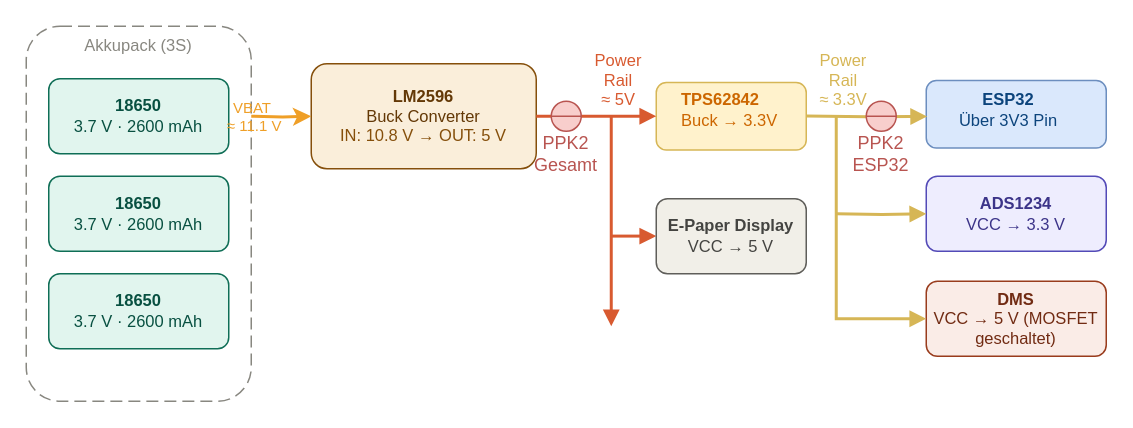
The draw.io diagram Doku/Images/drawIO/neu_power_schema_smartbin .drawio in Newtonsohn/BA-Smart-Waage, before the edit. Source tidied: cells renumbered, new cells numbered last; positions are measured from the earlier drawing's top-left corner, leaving out a move shared by most shapes. Both pictures are drawn from the tidied source at 150%, with x=0, y=0 at pixel (26, 26).
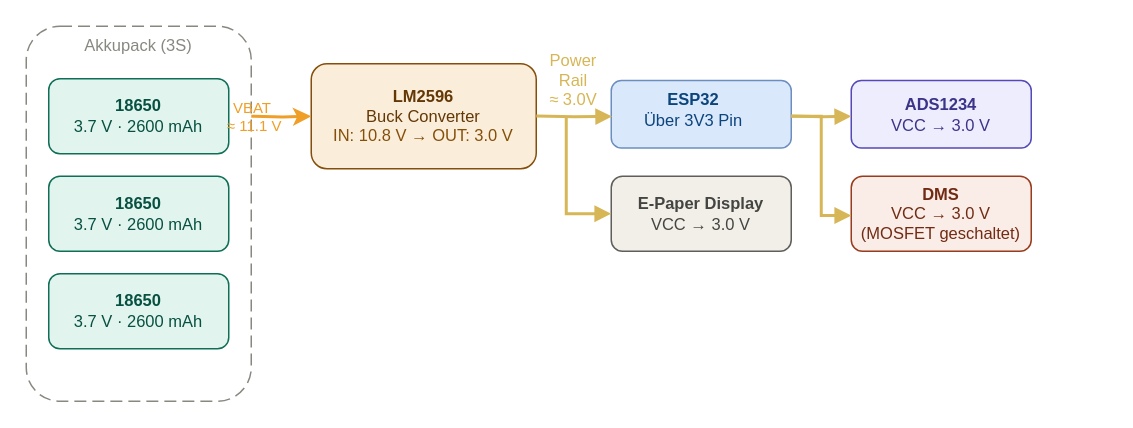
The same page after the edit.

Diff of the diagram source:
```diff
@@
-    <mxCell id="2" style="rounded=1;whiteSpace=wrap;html=1;fillColor=#fff2cc;strokeColor=#d6b656;fontSize=11;labelBackgroundColor=none;" parent="1" vertex="1">
-      <mxGeometry x="420" y="37.5" width="100" height="45" as="geometry" />
-    </mxCell>
@@
-    <mxCell id="7" value="&lt;b&gt;LM2596&lt;/b&gt;&lt;br&gt;Buck Converter&lt;br&gt;&lt;font color=&quot;#854F0B&quot;&gt;IN: 10.8 V → OUT: 5 V&lt;/font&gt;" style="rounded=1;whiteSpace=wrap;html=1;fillColor=#FAEEDA;strokeColor=#854F0B;fontSize=11;fontColor=#633806;" parent="1" vertex="1">
+    <mxCell id="7" value="&lt;b&gt;LM2596&lt;/b&gt;&lt;br&gt;Buck Converter&lt;br&gt;&lt;font color=&quot;#854F0B&quot;&gt;IN: 10.8 V → OUT: 3.0 V&lt;/font&gt;" style="rounded=1;whiteSpace=wrap;html=1;fillColor=#FAEEDA;strokeColor=#854F0B;fontSize=11;fontColor=#633806;" parent="1" vertex="1">
       <mxGeometry x="190" y="25" width="150" height="70" as="geometry" />
     </mxCell>
-    <mxCell id="8" value="&lt;b&gt;ADS1234&lt;/b&gt;&lt;div&gt;VCC → 3.3 V&lt;/div&gt;" style="rounded=1;whiteSpace=wrap;html=1;fillColor=#EEEDFE;strokeColor=#534AB7;fontSize=11;fontColor=#3C3489;" parent="1" vertex="1">
-      <mxGeometry x="600" y="100" width="120" height="50" as="geometry" />
-    </mxCell>
@@
-    <mxCell id="10" style="edgeStyle=orthogonalEdgeStyle;rounded=0;strokeColor=#D85A30;strokeWidth=2;endArrow=block;endFill=1;exitX=1;exitY=0.5;exitDx=0;exitDy=0;" parent="1" edge="1" source="7" target="2">
-      <mxGeometry relative="1" as="geometry" />
-    </mxCell>
-    <mxCell id="11" style="edgeStyle=orthogonalEdgeStyle;rounded=0;strokeColor=#D85A30;strokeWidth=2;endArrow=block;endFill=1;" parent="1" edge="1">
-      <mxGeometry relative="1" as="geometry">
-        <mxPoint x="390" y="60" as="sourcePoint" />
-        <mxPoint x="390" y="200" as="targetPoint" />
-      </mxGeometry>
-    </mxCell>
-    <mxCell id="12" style="edgeStyle=orthogonalEdgeStyle;rounded=0;strokeColor=#D85A30;strokeWidth=2;endArrow=block;endFill=1;entryX=0;entryY=0.5;entryDx=0;entryDy=0;" parent="1" edge="1">
-      <mxGeometry relative="1" as="geometry">
-        <mxPoint x="390" y="139.9" as="sourcePoint" />
-        <mxPoint x="420" y="139.9" as="targetPoint" />
-      </mxGeometry>
-    </mxCell>
-    <mxCell id="13" value="Power&lt;br&gt;Rail&lt;br&gt;&lt;span style=&quot;white-space: nowrap;&quot;&gt;≈&amp;nbsp;&lt;/span&gt;5V" style="text;whiteSpace=wrap;html=1;fontColor=#D85A30;fontSize=11;align=center;" parent="1" vertex="1">
-      <mxGeometry x="350" y="10" width="90" height="40" as="geometry" />
-    </mxCell>
-    <mxCell id="14" value="&lt;span style=&quot;forced-color-adjust: none; font-family: Helvetica; font-size: 11px; font-style: normal; font-variant-ligatures: normal; font-variant-caps: normal; letter-spacing: normal; orphans: 2; text-align: center; text-indent: 0px; text-transform: none; widows: 2; word-spacing: 0px; -webkit-text-stroke-width: 0px; white-space: normal; text-decoration-thickness: initial; text-decoration-style: initial; text-decoration-color: initial;&quot;&gt;&lt;font style=&quot;color: rgb(204, 102, 0);&quot;&gt;&lt;b&gt;TPS62842&lt;/b&gt;&lt;/font&gt;&lt;/span&gt;&lt;div&gt;&lt;font style=&quot;color: rgb(204, 102, 0);&quot;&gt;&lt;span style=&quot;forced-color-adjust: none; font-family: Helvetica; font-size: 11px; font-style: normal; font-variant-ligatures: normal; font-variant-caps: normal; letter-spacing: normal; orphans: 2; text-align: center; text-indent: 0px; text-transform: none; widows: 2; word-spacing: 0px; -webkit-text-stroke-width: 0px; white-space: normal; text-decoration-thickness: initial; text-decoration-style: initial; text-decoration-color: initial;&quot;&gt;&lt;font&gt;Buck&amp;nbsp;&lt;/font&gt;&lt;/span&gt;&lt;span style=&quot;font-size: 11px; text-align: center; background-color: transparent;&quot;&gt;→&lt;/span&gt;&lt;span style=&quot;font-size: 11px; text-align: center; background-color: transparent;&quot;&gt;&amp;nbsp;3.3V&lt;/span&gt;&lt;/font&gt;&lt;/div&gt;" style="text;whiteSpace=wrap;html=1;labelBackgroundColor=none;" parent="1" vertex="1">
-      <mxGeometry x="435" y="35" width="70" height="40" as="geometry" />
-    </mxCell>
-    <mxCell id="15" value="&lt;b&gt;DMS&lt;/b&gt;&lt;br&gt;&lt;span&gt;&lt;font style=&quot;color: rgb(113, 43, 19);&quot;&gt;VCC → 5 V (MOSFET geschaltet)&lt;/font&gt;&lt;/span&gt;" style="rounded=1;whiteSpace=wrap;html=1;fillColor=#FAECE7;strokeColor=#993C1D;fontSize=11;fontColor=#712B13;" parent="1" vertex="1">
-      <mxGeometry x="600" y="170" width="120" height="50" as="geometry" />
-    </mxCell>
-    <mxCell id="16" value="&lt;b&gt;E-Paper Display&lt;/b&gt;&lt;br&gt;VCC → 5 V" style="rounded=1;whiteSpace=wrap;html=1;fillColor=#F1EFE8;strokeColor=#5F5E5A;fontSize=11;fontColor=#444441;" parent="1" vertex="1">
-      <mxGeometry x="420" y="115" width="100" height="50" as="geometry" />
-    </mxCell>
     <mxCell id="17" style="rounded=1;whiteSpace=wrap;html=1;fillColor=#dae8fc;strokeColor=#6c8ebf;fontSize=11;labelBackgroundColor=none;" parent="1" vertex="1">
-      <mxGeometry x="600" y="36.2" width="120" height="45" as="geometry" />
+      <mxGeometry x="390" y="36.2" width="120" height="45" as="geometry" />
     </mxCell>
     <mxCell id="18" value="&lt;b style=&quot;forced-color-adjust: none; color: rgb(12, 68, 124); font-family: Helvetica; font-size: 11px; font-style: normal; font-variant-ligatures: normal; font-variant-caps: normal; letter-spacing: normal; orphans: 2; text-indent: 0px; text-transform: none; widows: 2; word-spacing: 0px; -webkit-text-stroke-width: 0px; white-space: normal; text-decoration-thickness: initial; text-decoration-style: initial; text-decoration-color: initial;&quot;&gt;ESP32&lt;/b&gt;&lt;div style=&quot;&quot;&gt;&lt;font color=&quot;#0c447c&quot;&gt;&lt;span style=&quot;font-size: 11px;&quot;&gt;Über 3V3 Pin&lt;/span&gt;&lt;/font&gt;&lt;/div&gt;" style="text;whiteSpace=wrap;html=1;labelBackgroundColor=none;align=center;" parent="1" vertex="1">
-      <mxGeometry x="620" y="35" width="70" height="40" as="geometry" />
+      <mxGeometry x="410" y="35" width="70" height="40" as="geometry" />
     </mxCell>
     <mxCell id="19" style="edgeStyle=orthogonalEdgeStyle;rounded=0;strokeColor=#D6B656;strokeWidth=2;endArrow=block;endFill=1;exitX=1;exitY=0.5;exitDx=0;exitDy=0;fillColor=#f8cecc;entryX=0.005;entryY=0.531;entryDx=0;entryDy=0;entryPerimeter=0;" parent="1" edge="1" target="17">
       <mxGeometry relative="1" as="geometry">
-        <mxPoint x="520" y="59.9" as="sourcePoint" />
+        <mxPoint x="340" y="59.9" as="sourcePoint" />
       </mxGeometry>
     </mxCell>
-    <mxCell id="20" value="&lt;font style=&quot;color: rgb(214, 182, 86);&quot;&gt;Power&lt;br&gt;Rail&lt;br&gt;&lt;span style=&quot;white-space: nowrap;&quot;&gt;≈ 3.3V&lt;/span&gt;&lt;/font&gt;" style="text;whiteSpace=wrap;html=1;fontColor=#D85A30;fontSize=11;align=center;" parent="1" vertex="1">
-      <mxGeometry x="500" y="10" width="90" height="40" as="geometry" />
+    <mxCell id="20" value="&lt;font style=&quot;color: rgb(214, 182, 86);&quot;&gt;Power&lt;br&gt;Rail&lt;br&gt;&lt;span style=&quot;white-space: nowrap;&quot;&gt;≈ 3.0V&lt;/span&gt;&lt;/font&gt;" style="text;whiteSpace=wrap;html=1;fontColor=#D85A30;fontSize=11;align=center;" parent="1" vertex="1">
+      <mxGeometry x="320" y="10" width="90" height="40" as="geometry" />
     </mxCell>
-    <mxCell id="21" style="edgeStyle=orthogonalEdgeStyle;rounded=0;strokeColor=#D6B656;strokeWidth=2;endArrow=block;endFill=1;fillColor=#f8cecc;entryX=0;entryY=0.5;entryDx=0;entryDy=0;" parent="1" edge="1" target="15">
-      <mxGeometry relative="1" as="geometry">
-        <mxPoint x="540" y="60" as="sourcePoint" />
-        <Array as="points">
-          <mxPoint x="540" y="195" />
-        </Array>
-      </mxGeometry>
-    </mxCell>
-    <mxCell id="22" style="edgeStyle=orthogonalEdgeStyle;rounded=0;strokeColor=#D6B656;strokeWidth=2;endArrow=block;endFill=1;fillColor=#f8cecc;entryX=0;entryY=0.5;entryDx=0;entryDy=0;" parent="1" edge="1" target="8">
-      <mxGeometry relative="1" as="geometry">
-        <mxPoint x="540" y="125" as="sourcePoint" />
-      </mxGeometry>
-    </mxCell>
-    <mxCell id="23" style="ellipse;whiteSpace=wrap;html=1;fillColor=#f8cecc;strokeColor=#b85450;" parent="1" vertex="1">
-      <mxGeometry x="350" y="50" width="20" height="20" as="geometry" />
-    </mxCell>
-    <mxCell id="24" style="endArrow=none;html=1;rounded=0;entryX=1;entryY=0.5;entryDx=0;entryDy=0;exitX=0;exitY=0.5;exitDx=0;exitDy=0;fillColor=#f8cecc;strokeColor=#b85450;" parent="1" edge="1" source="23" target="23">
-      <mxGeometry relative="1" as="geometry" />
-    </mxCell>
-    <mxCell id="25" value="PPK2&lt;br&gt;Gesamt" style="text;html=1;whiteSpace=wrap;strokeColor=none;fillColor=none;align=center;verticalAlign=middle;rounded=0;fontColor=light-dark(#b85450, #ededed);" parent="1" vertex="1">
-      <mxGeometry x="330" y="70" width="60" height="30" as="geometry" />
-    </mxCell>
-    <mxCell id="26" style="ellipse;whiteSpace=wrap;html=1;fillColor=#f8cecc;strokeColor=#b85450;" parent="1" vertex="1">
-      <mxGeometry x="560" y="50" width="20" height="20" as="geometry" />
-    </mxCell>
-    <mxCell id="27" style="endArrow=none;html=1;rounded=0;entryX=1;entryY=0.5;entryDx=0;entryDy=0;exitX=0;exitY=0.5;exitDx=0;exitDy=0;fillColor=#f8cecc;strokeColor=#b85450;" parent="1" edge="1" source="26" target="26">
-      <mxGeometry relative="1" as="geometry" />
-    </mxCell>
-    <mxCell id="28" value="PPK2&lt;br&gt;ESP32" style="text;html=1;whiteSpace=wrap;strokeColor=none;fillColor=none;align=center;verticalAlign=middle;rounded=0;fontColor=light-dark(#b85450, #ededed);" parent="1" vertex="1">
-      <mxGeometry x="540" y="70" width="60" height="30" as="geometry" />
-    </mxCell>
+    <mxCell id="29" value="&lt;b&gt;ADS1234&lt;/b&gt;&lt;div&gt;VCC → 3.0 V&lt;/div&gt;" style="rounded=1;whiteSpace=wrap;html=1;fillColor=#EEEDFE;strokeColor=#534AB7;fontSize=11;fontColor=#3C3489;" parent="1" vertex="1">
+      <mxGeometry x="550" y="36.2" width="120" height="45" as="geometry" />
+    </mxCell>
+    <mxCell id="30" value="&lt;b&gt;DMS&lt;/b&gt;&lt;br&gt;&lt;span&gt;&lt;font style=&quot;color: rgb(113, 43, 19);&quot;&gt;VCC → 3.0 V (MOSFET geschaltet)&lt;/font&gt;&lt;/span&gt;" style="rounded=1;whiteSpace=wrap;html=1;fillColor=#FAECE7;strokeColor=#993C1D;fontSize=11;fontColor=#712B13;" parent="1" vertex="1">
+      <mxGeometry x="550" y="100" width="120" height="50" as="geometry" />
+    </mxCell>
+    <mxCell id="31" value="&lt;b&gt;E-Paper Display&lt;/b&gt;&lt;br&gt;VCC → 3.0 V" style="rounded=1;whiteSpace=wrap;html=1;fillColor=#F1EFE8;strokeColor=#5F5E5A;fontSize=11;fontColor=#444441;" parent="1" vertex="1">
+      <mxGeometry x="390" y="100" width="120" height="50" as="geometry" />
+    </mxCell>
+    <mxCell id="32" style="edgeStyle=orthogonalEdgeStyle;rounded=0;strokeColor=#D6B656;strokeWidth=2;endArrow=block;endFill=1;fillColor=#f8cecc;" parent="1" edge="1" target="31">
+      <mxGeometry relative="1" as="geometry">
+        <mxPoint x="360" y="60" as="sourcePoint" />
+        <Array as="points">
+          <mxPoint x="360" y="60" />
+          <mxPoint x="360" y="125" />
+        </Array>
+      </mxGeometry>
+    </mxCell>
+    <mxCell id="33" style="edgeStyle=orthogonalEdgeStyle;rounded=0;strokeColor=#D6B656;strokeWidth=2;endArrow=block;endFill=1;fillColor=#f8cecc;entryX=0;entryY=0.5;entryDx=0;entryDy=0;" parent="1" edge="1">
+      <mxGeometry relative="1" as="geometry">
+        <mxPoint x="510" y="60" as="sourcePoint" />
+        <mxPoint x="550" y="126.2" as="targetPoint" />
+        <Array as="points">
+          <mxPoint x="530" y="60" />
+          <mxPoint x="530" y="126" />
+        </Array>
+      </mxGeometry>
+    </mxCell>
+    <mxCell id="34" style="edgeStyle=orthogonalEdgeStyle;rounded=0;strokeColor=#D6B656;strokeWidth=2;endArrow=block;endFill=1;exitX=1;exitY=0.5;exitDx=0;exitDy=0;fillColor=#f8cecc;" parent="1" edge="1">
+      <mxGeometry relative="1" as="geometry">
+        <mxPoint x="510" y="59.9" as="sourcePoint" />
+        <mxPoint x="550" y="60" as="targetPoint" />
+      </mxGeometry>
+    </mxCell>
```
